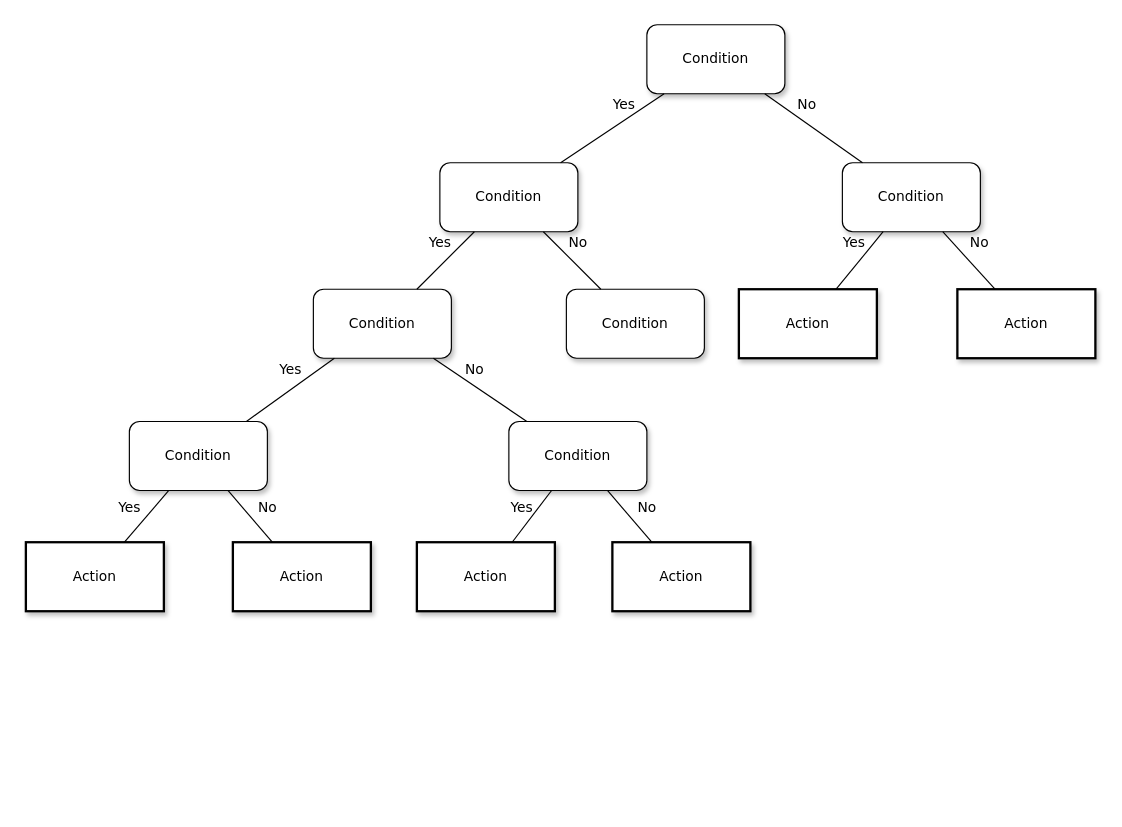
This is Megnevezetlen diagram.drawio from HorvathBalint/diagrams_HorvathBalint, a draw.io file, before an edit. Source tidied: cells renumbered, new cells numbered last; positions are measured from the earlier drawing's top-left corner, leaving out a move shared by most shapes. Both pictures are drawn from the tidied source at 115%, with x=0, y=0 at pixel (25, 24).
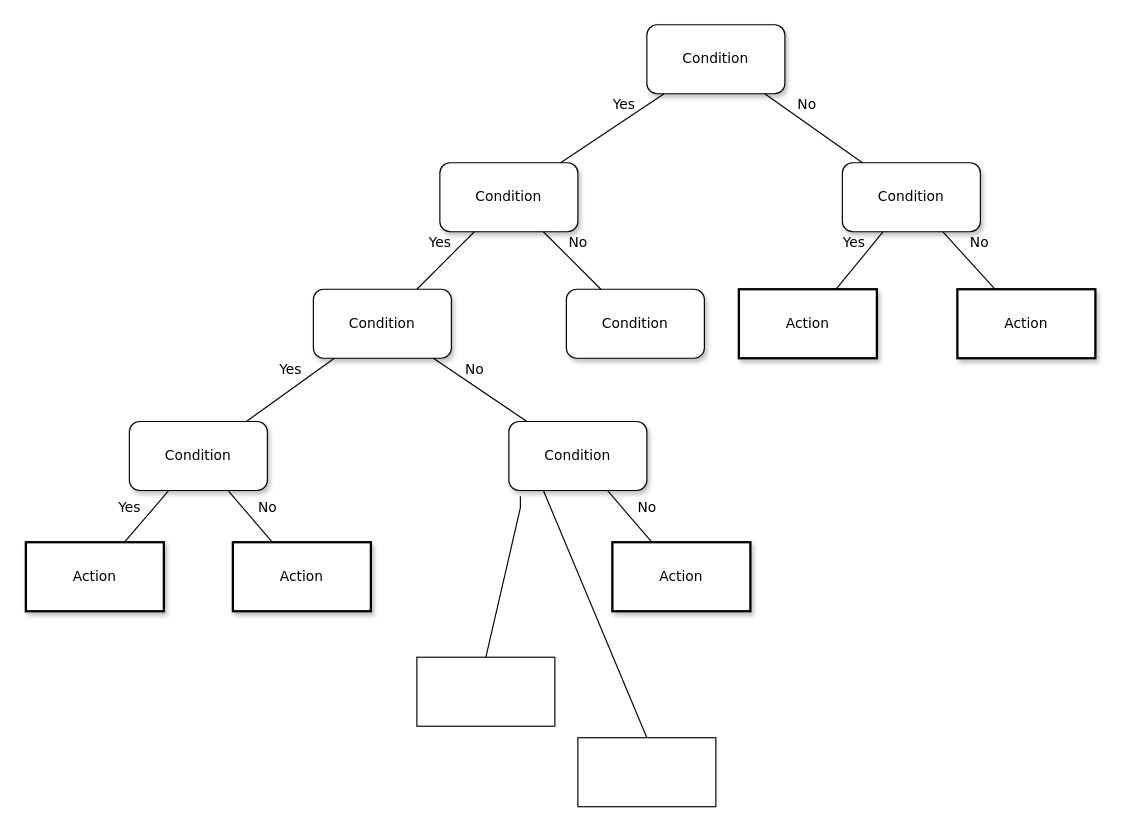
Above is the later version.

Unchanged cells that the change refers to:
```xml
<mxCell id="12" value="&lt;span&gt;Condition&lt;/span&gt;" style="whiteSpace=wrap;html=1;rounded=1;shadow=1;labelBackgroundColor=none;strokeWidth=1;fontFamily=Verdana;fontSize=12;align=center;" parent="1" vertex="1">
  <mxGeometry x="420" y="345" width="120" height="60" as="geometry" />
</mxCell>
```

What changed in the source:
```diff
@@
-    <mxCell id="21" value="&lt;span&gt;Action&lt;/span&gt;" style="whiteSpace=wrap;html=1;rounded=0;shadow=1;labelBackgroundColor=none;strokeWidth=2;fontFamily=Verdana;fontSize=12;align=center;" parent="1" vertex="1">
-      <mxGeometry x="340" y="450" width="120" height="60" as="geometry" />
-    </mxCell>
@@
-    <mxCell id="25" value="Yes" style="rounded=0;html=1;labelBackgroundColor=none;startArrow=none;startFill=0;startSize=5;endArrow=none;endFill=0;endSize=5;jettySize=auto;strokeWidth=1;fontFamily=Verdana;fontSize=12;" parent="1" edge="1" source="12" target="21">
-      <mxGeometry y="-12" relative="1" as="geometry" />
-    </mxCell>
@@
+    <mxCell id="27" style="endArrow=none;html=1;rounded=0;" parent="1" edge="1">
+      <mxGeometry relative="1" as="geometry">
+        <mxPoint x="400" y="550" as="sourcePoint" />
+        <mxPoint x="430" y="410" as="targetPoint" />
+        <Array as="points">
+          <mxPoint x="430" y="420" />
+        </Array>
+      </mxGeometry>
+    </mxCell>
+    <mxCell id="28" style="rounded=0;whiteSpace=wrap;html=1;" parent="1" vertex="1">
+      <mxGeometry x="340" y="550" width="120" height="60" as="geometry" />
+    </mxCell>
+    <mxCell id="29" style="endArrow=none;html=1;rounded=0;entryX=0.25;entryY=1;entryDx=0;entryDy=0;" parent="1" edge="1" target="12">
+      <mxGeometry relative="1" as="geometry">
+        <mxPoint x="540" y="620" as="sourcePoint" />
+      </mxGeometry>
+    </mxCell>
+    <mxCell id="30" style="rounded=0;whiteSpace=wrap;html=1;" parent="1" vertex="1">
+      <mxGeometry x="480" y="620" width="120" height="60" as="geometry" />
+    </mxCell>
```
